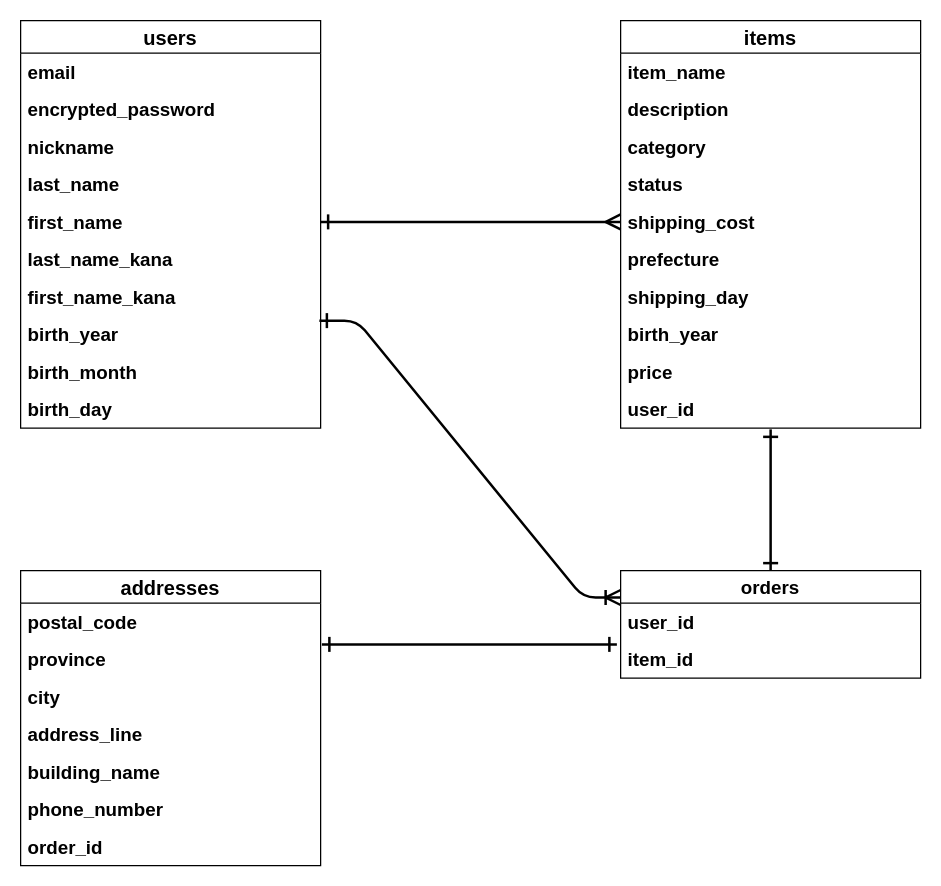
Above: er.dio in allokmind/furima-36750 (draw.io), before the change. Source tidied: cells renumbered, new cells numbered last; positions are measured from the earlier drawing's top-left corner, leaving out a move shared by most shapes. Both pictures are drawn from the tidied source at 125%, with x=0, y=0 at pixel (20, 20).
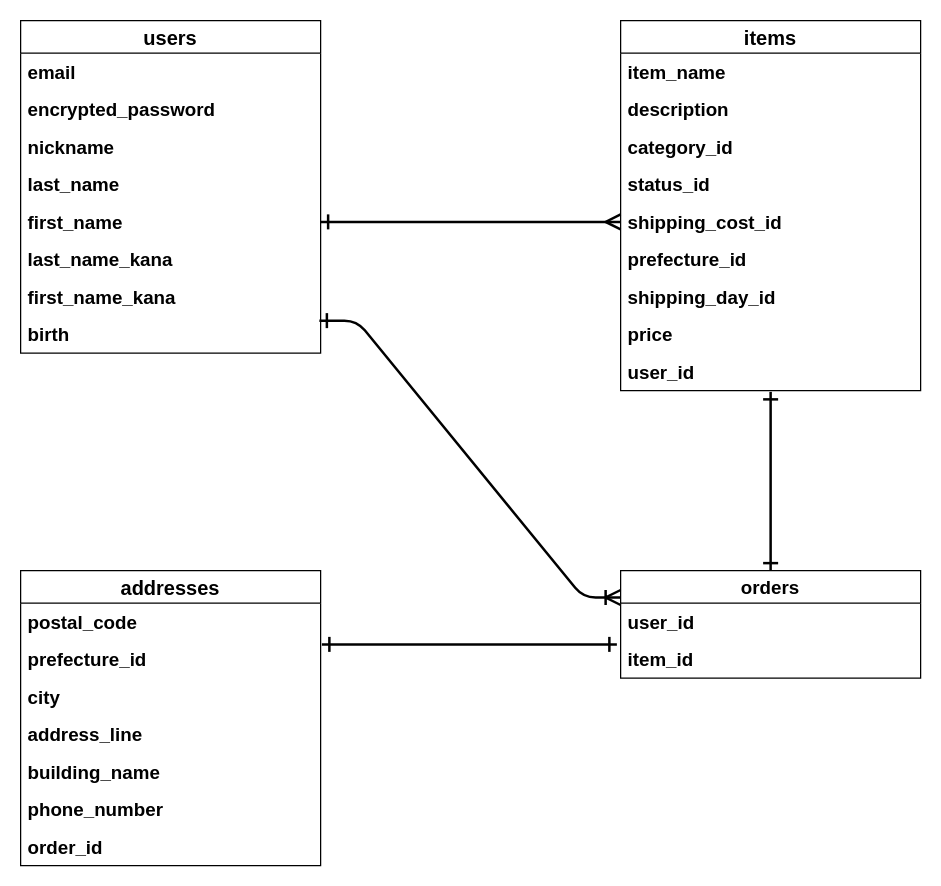
The same page after the edit.

Unchanged cells that the change refers to:
```xml
<mxCell id="24" value="addresses" style="swimlane;fontStyle=1;horizontal=1;startSize=26;align=center;fontSize=16;" parent="1" vertex="1">
  <mxGeometry y="440" width="240" height="236" as="geometry" />
</mxCell>
```

Change to the diagram source:
```diff
@@
     <mxCell id="2" value="users" style="swimlane;fontStyle=1;horizontal=1;startSize=26;align=center;fontSize=16;" parent="1" vertex="1">
-      <mxGeometry width="240" height="326" as="geometry" />
+      <mxGeometry width="240" height="266" as="geometry" />
     </mxCell>
@@
-    <mxCell id="10" value="birth_year" style="text;strokeColor=none;fillColor=none;spacingLeft=4;spacingRight=4;overflow=hidden;fontSize=15;fontStyle=1;" parent="2" vertex="1">
-      <mxGeometry y="236" width="240" height="30" as="geometry" />
-    </mxCell>
-    <mxCell id="11" value="birth_month" style="text;strokeColor=none;fillColor=none;spacingLeft=4;spacingRight=4;overflow=hidden;fontSize=15;fontStyle=1;" parent="2" vertex="1">
-      <mxGeometry y="266" width="240" height="30" as="geometry" />
+    <mxCell id="11" value="birth" style="text;strokeColor=none;fillColor=none;spacingLeft=4;spacingRight=4;overflow=hidden;fontSize=15;fontStyle=1;" parent="2" vertex="1">
+      <mxGeometry y="236" width="240" height="30" as="geometry" />
     </mxCell>
-    <mxCell id="12" value="birth_day" style="text;strokeColor=none;fillColor=none;spacingLeft=4;spacingRight=4;overflow=hidden;fontSize=15;fontStyle=1;" parent="2" vertex="1">
-      <mxGeometry y="296" width="240" height="30" as="geometry" />
-    </mxCell>
     <mxCell id="13" value="items" style="swimlane;fontStyle=1;horizontal=1;startSize=26;align=center;fontSize=16;" parent="1" vertex="1">
-      <mxGeometry x="480" width="240" height="326" as="geometry" />
+      <mxGeometry x="480" width="240" height="296" as="geometry" />
     </mxCell>
@@
-    <mxCell id="16" value="category" style="text;strokeColor=none;fillColor=none;spacingLeft=4;spacingRight=4;overflow=hidden;fontSize=15;fontStyle=1;" parent="13" vertex="1">
+    <mxCell id="16" value="category_id" style="text;strokeColor=none;fillColor=none;spacingLeft=4;spacingRight=4;overflow=hidden;fontSize=15;fontStyle=1;" parent="13" vertex="1">
       <mxGeometry y="86" width="240" height="30" as="geometry" />
     </mxCell>
-    <mxCell id="17" value="status" style="text;strokeColor=none;fillColor=none;spacingLeft=4;spacingRight=4;overflow=hidden;fontSize=15;fontStyle=1;" parent="13" vertex="1">
+    <mxCell id="17" value="status_id" style="text;strokeColor=none;fillColor=none;spacingLeft=4;spacingRight=4;overflow=hidden;fontSize=15;fontStyle=1;" parent="13" vertex="1">
       <mxGeometry y="116" width="240" height="30" as="geometry" />
     </mxCell>
-    <mxCell id="18" value="shipping_cost" style="text;strokeColor=none;fillColor=none;spacingLeft=4;spacingRight=4;overflow=hidden;points=[[0,0.5],[1,0.5]];portConstraint=eastwest;fontSize=15;fontStyle=1;" parent="13" vertex="1">
+    <mxCell id="18" value="shipping_cost_id" style="text;strokeColor=none;fillColor=none;spacingLeft=4;spacingRight=4;overflow=hidden;points=[[0,0.5],[1,0.5]];portConstraint=eastwest;fontSize=15;fontStyle=1;" parent="13" vertex="1">
       <mxGeometry y="146" width="240" height="30" as="geometry" />
     </mxCell>
-    <mxCell id="19" value="prefecture" style="text;strokeColor=none;fillColor=none;spacingLeft=4;spacingRight=4;overflow=hidden;fontSize=15;fontStyle=1;" parent="13" vertex="1">
+    <mxCell id="19" value="prefecture_id" style="text;strokeColor=none;fillColor=none;spacingLeft=4;spacingRight=4;overflow=hidden;fontSize=15;fontStyle=1;" parent="13" vertex="1">
       <mxGeometry y="176" width="240" height="30" as="geometry" />
     </mxCell>
-    <mxCell id="20" value="shipping_day" style="text;strokeColor=none;fillColor=none;spacingLeft=4;spacingRight=4;overflow=hidden;fontSize=15;fontStyle=1;" parent="13" vertex="1">
+    <mxCell id="20" value="shipping_day_id" style="text;strokeColor=none;fillColor=none;spacingLeft=4;spacingRight=4;overflow=hidden;fontSize=15;fontStyle=1;" parent="13" vertex="1">
       <mxGeometry y="206" width="240" height="30" as="geometry" />
     </mxCell>
-    <mxCell id="21" value="birth_year" style="text;strokeColor=none;fillColor=none;spacingLeft=4;spacingRight=4;overflow=hidden;fontSize=15;fontStyle=1;" parent="13" vertex="1">
-      <mxGeometry y="236" width="240" height="30" as="geometry" />
-    </mxCell>
     <mxCell id="22" value="price" style="text;strokeColor=none;fillColor=none;spacingLeft=4;spacingRight=4;overflow=hidden;fontSize=15;fontStyle=1;" parent="13" vertex="1">
-      <mxGeometry y="266" width="240" height="30" as="geometry" />
+      <mxGeometry y="236" width="240" height="30" as="geometry" />
     </mxCell>
     <mxCell id="23" value="user_id" style="text;strokeColor=none;fillColor=none;spacingLeft=4;spacingRight=4;overflow=hidden;points=[[0,0.5],[1,0.5]];portConstraint=eastwest;fontSize=15;fontStyle=1;" parent="13" vertex="1">
-      <mxGeometry y="296" width="240" height="30" as="geometry" />
+      <mxGeometry y="266" width="240" height="30" as="geometry" />
     </mxCell>
@@
-    <mxCell id="26" value="province" style="text;strokeColor=none;fillColor=none;spacingLeft=4;spacingRight=4;overflow=hidden;fontSize=15;fontStyle=1;" parent="24" vertex="1">
+    <mxCell id="26" value="prefecture_id" style="text;strokeColor=none;fillColor=none;spacingLeft=4;spacingRight=4;overflow=hidden;fontSize=15;fontStyle=1;" parent="24" vertex="1">
       <mxGeometry y="56" width="240" height="30" as="geometry" />
     </mxCell>
```
